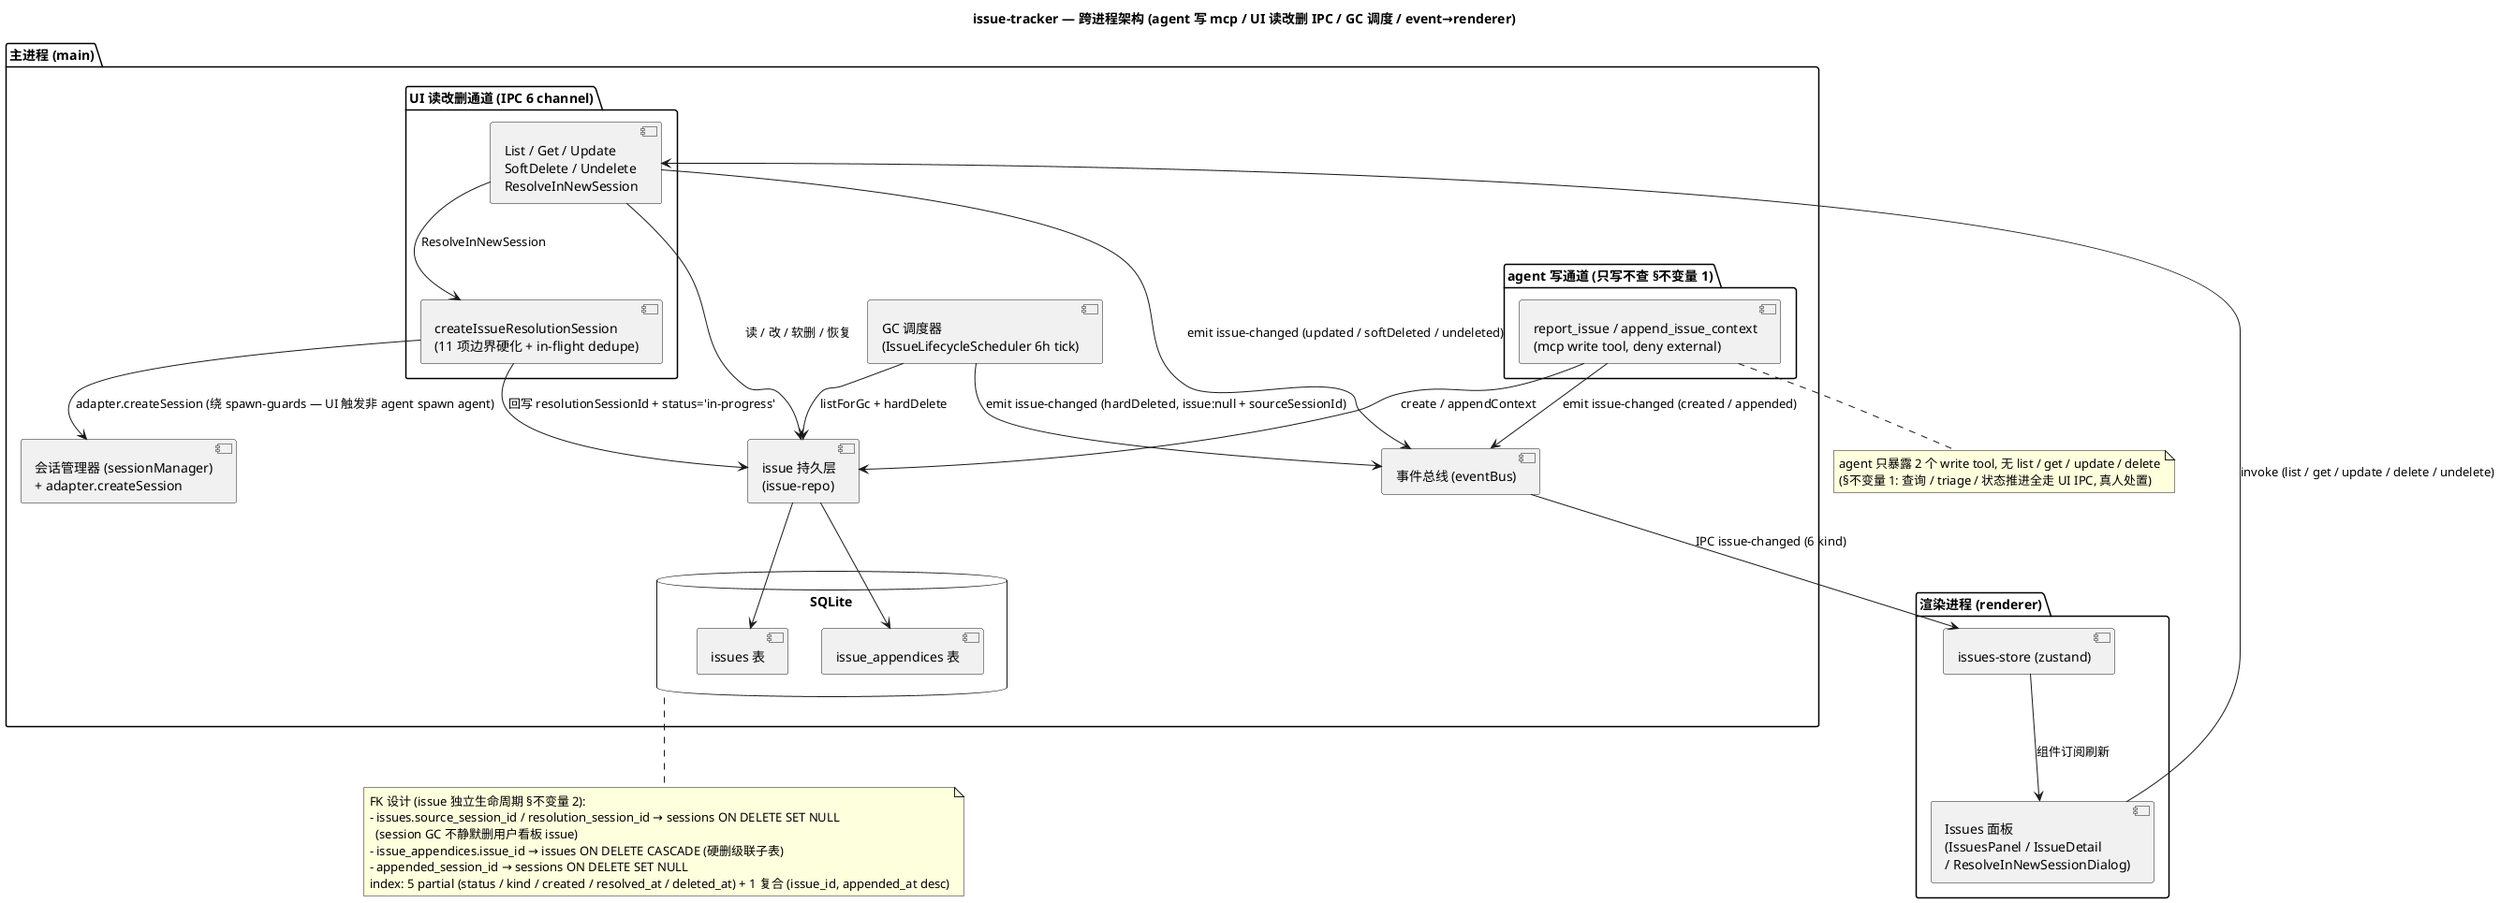
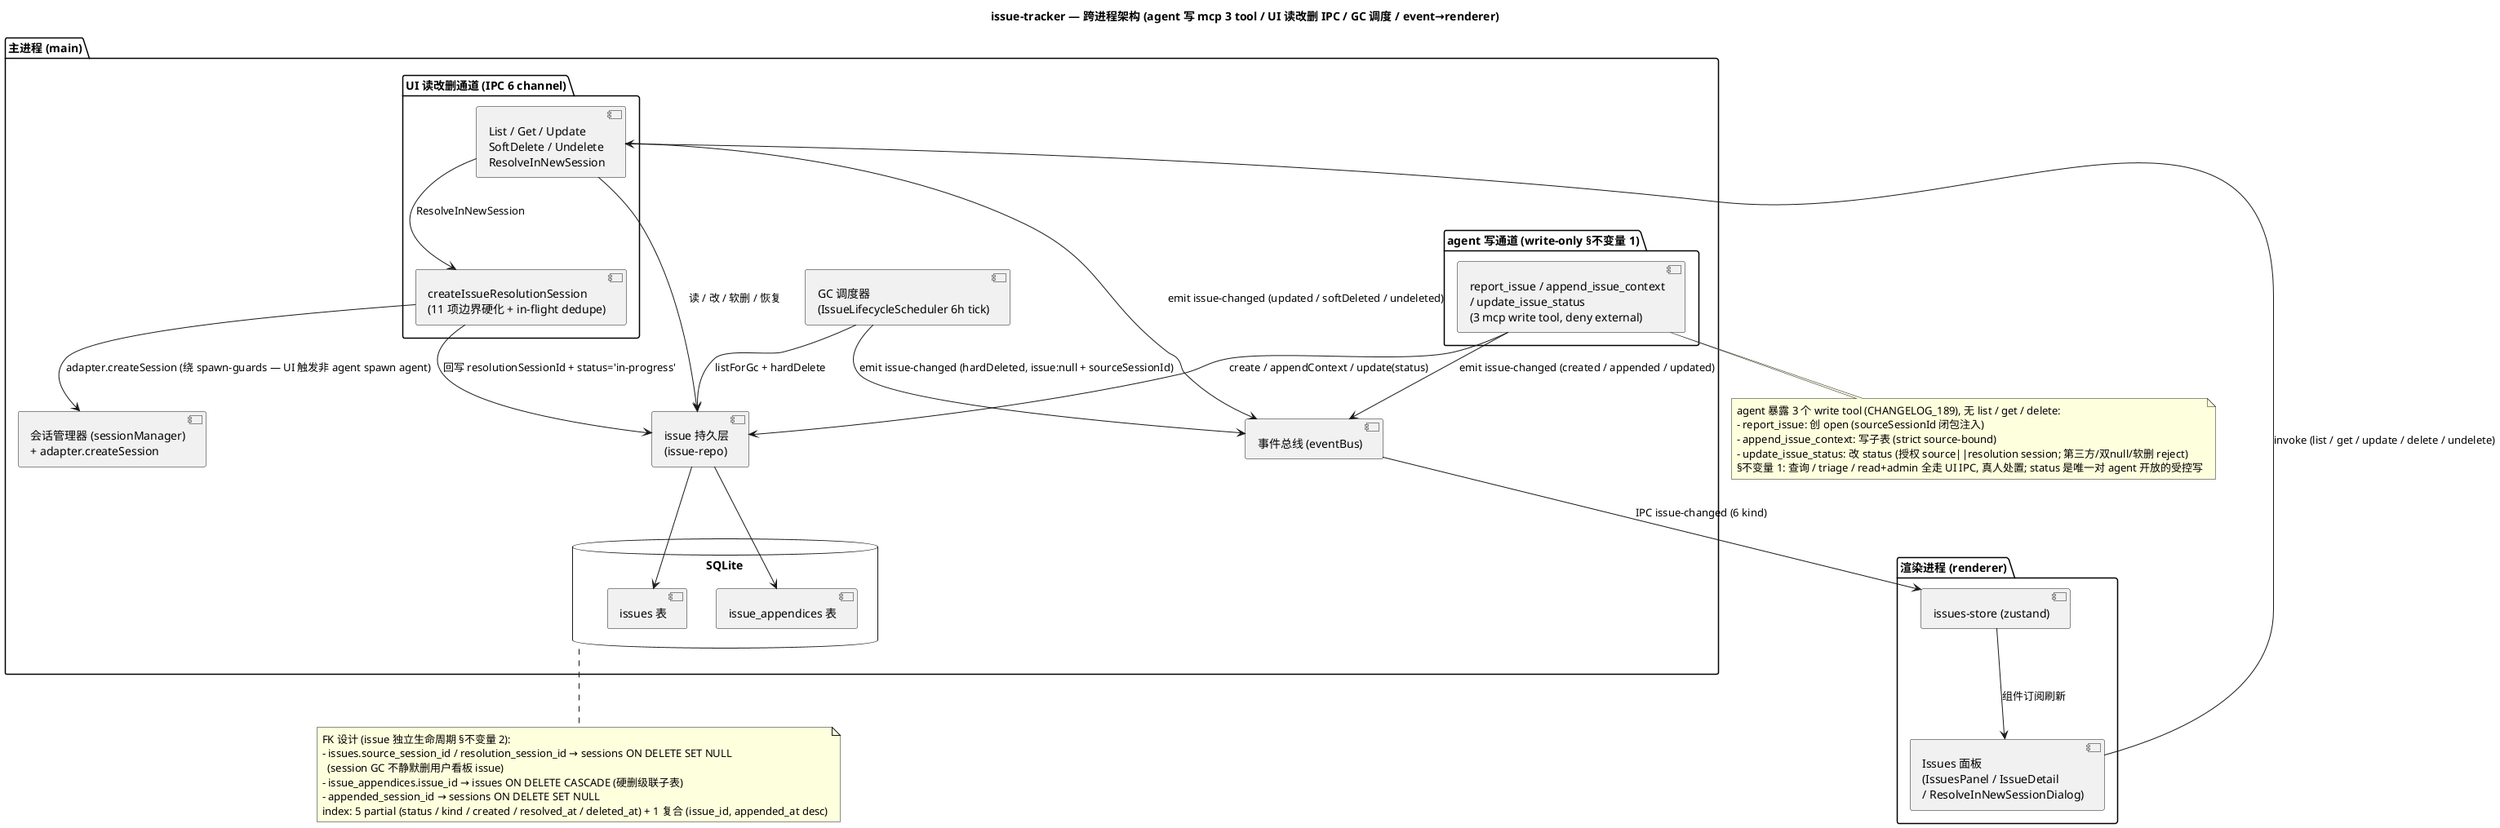
- ' description: issue-tracker 跨进程架构 — agent 写 (mcp) / UI 读改删 (IPC) / GC / event→renderer 双通道
- ' last_updated: 2026-05-30
+ ' description: issue-tracker 跨进程架构 — agent 写 (mcp 3 tool) / UI 读改删 (IPC) / GC / event→renderer 双通道
+ ' last_updated: 2026-05-31
@startuml issue-tracker-architecture

- title issue-tracker — 跨进程架构 (agent 写 mcp / UI 读改删 IPC / GC 调度 / event→renderer)
+ title issue-tracker — 跨进程架构 (agent 写 mcp 3 tool / UI 读改删 IPC / GC 调度 / event→renderer)

' 日常术语优先, 括号注 codename; 详细 module / 函数 / commit 见 INDEX 第 3 列

package "主进程 (main)" {
-   package "agent 写通道 (只写不查 §不变量 1)" as MCP {
-     [report_issue / append_issue_context\n(mcp write tool, deny external)] as WriteTool
+   package "agent 写通道 (write-only §不变量 1)" as MCP {
+     [report_issue / append_issue_context\n/ update_issue_status\n(3 mcp write tool, deny external)] as WriteTool
  }
  package "UI 读改删通道 (IPC 6 channel)" as IPCPkg {
    [List / Get / Update\nSoftDelete / Undelete\nResolveInNewSession] as IpcH
    [createIssueResolutionSession\n(11 项边界硬化 + in-flight dedupe)] as Resolve
  }
  [issue 持久层\n(issue-repo)] as Repo
  [GC 调度器\n(IssueLifecycleScheduler 6h tick)] as GC
  [事件总线 (eventBus)] as Bus
  [会话管理器 (sessionManager)\n+ adapter.createSession] as SM
  database "SQLite" as DB {
    [issues 表] as TIssues
    [issue_appendices 表] as TApp
  }
}

package "渲染进程 (renderer)" {
  [issues-store (zustand)] as Store
  [Issues 面板\n(IssuesPanel / IssueDetail\n/ ResolveInNewSessionDialog)] as UIView
}

' ─── agent 写路径 ───
- WriteTool --> Repo : create / appendContext
- WriteTool --> Bus : emit issue-changed (created / appended)
+ WriteTool --> Repo : create / appendContext / update(status)
+ WriteTool --> Bus : emit issue-changed (created / appended / updated)

' ─── UI 读改删路径 ───
UIView --> IpcH : invoke (list / get / update / delete / undelete)
IpcH --> Repo : 读 / 改 / 软删 / 恢复
IpcH --> Bus : emit issue-changed (updated / softDeleted / undeleted)
IpcH --> Resolve : ResolveInNewSession
Resolve --> SM : adapter.createSession (绕 spawn-guards — UI 触发非 agent spawn agent)
Resolve --> Repo : 回写 resolutionSessionId + status='in-progress'

' ─── GC 路径 ───
GC --> Repo : listForGc + hardDelete
GC --> Bus : emit issue-changed (hardDeleted, issue:null + sourceSessionId)

' ─── 持久层 ───
Repo --> TIssues
Repo --> TApp

' ─── event → renderer 实时 ───
Bus --> Store : IPC issue-changed (6 kind)
Store --> UIView : 组件订阅刷新

note bottom of DB
  FK 设计 (issue 独立生命周期 §不变量 2):
  - issues.source_session_id / resolution_session_id → sessions ON DELETE SET NULL
    (session GC 不静默删用户看板 issue)
  - issue_appendices.issue_id → issues ON DELETE CASCADE (硬删级联子表)
  - appended_session_id → sessions ON DELETE SET NULL
  index: 5 partial (status / kind / created / resolved_at / deleted_at) + 1 复合 (issue_id, appended_at desc)
end note

note bottom of WriteTool
-   agent 只暴露 2 个 write tool, 无 list / get / update / delete
-   (§不变量 1: 查询 / triage / 状态推进全走 UI IPC, 真人处置)
+   agent 暴露 3 个 write tool (CHANGELOG_189), 无 list / get / delete:
+   - report_issue: 创 open (sourceSessionId 闭包注入)
+   - append_issue_context: 写子表 (strict source-bound)
+   - update_issue_status: 改 status (授权 source||resolution session; 第三方/双null/软删 reject)
+   §不变量 1: 查询 / triage / read+admin 全走 UI IPC, 真人处置; status 是唯一对 agent 开放的受控写
end note

@enduml
